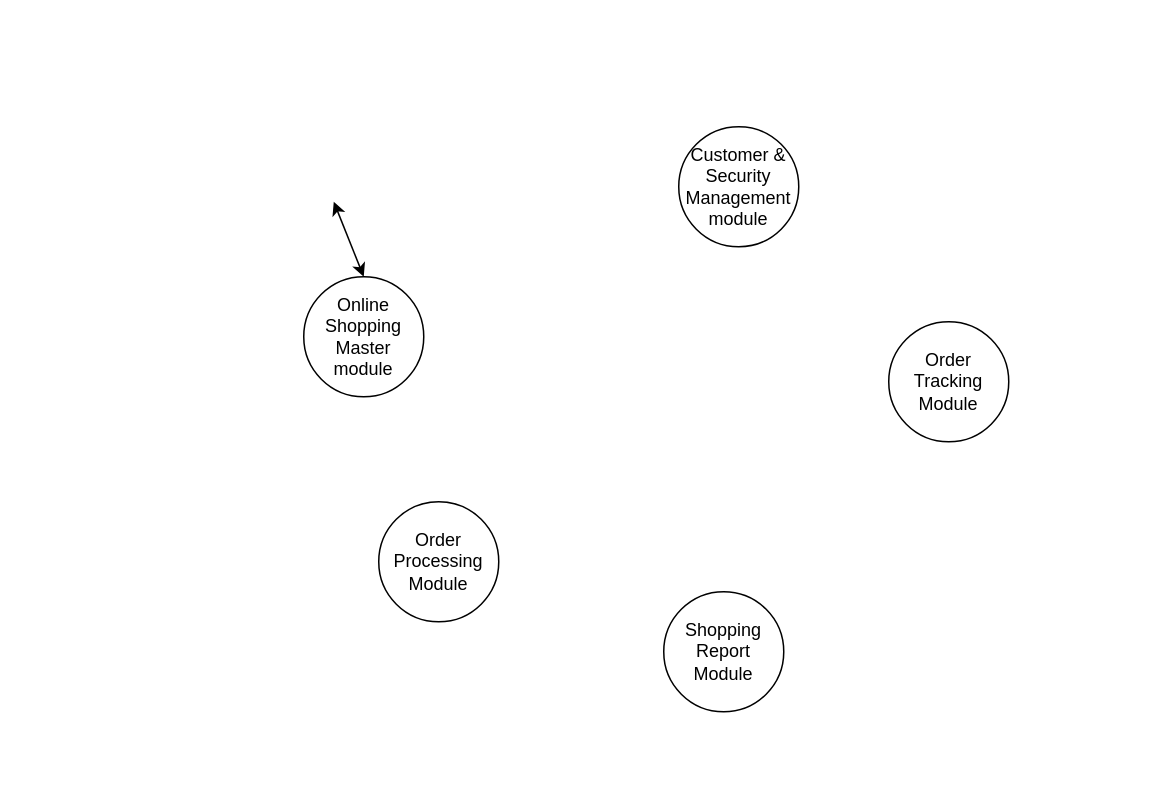
Earlier version of the draw.io diagram Untitled Diagram.drawio (goelshivam26/Your-Portfolio-website). Source tidied: cells renumbered, new cells numbered last; positions are measured from the earlier drawing's top-left corner, leaving out a move shared by most shapes. Both pictures are drawn from the tidied source at 150%, with x=0, y=0 at pixel (303, 126).
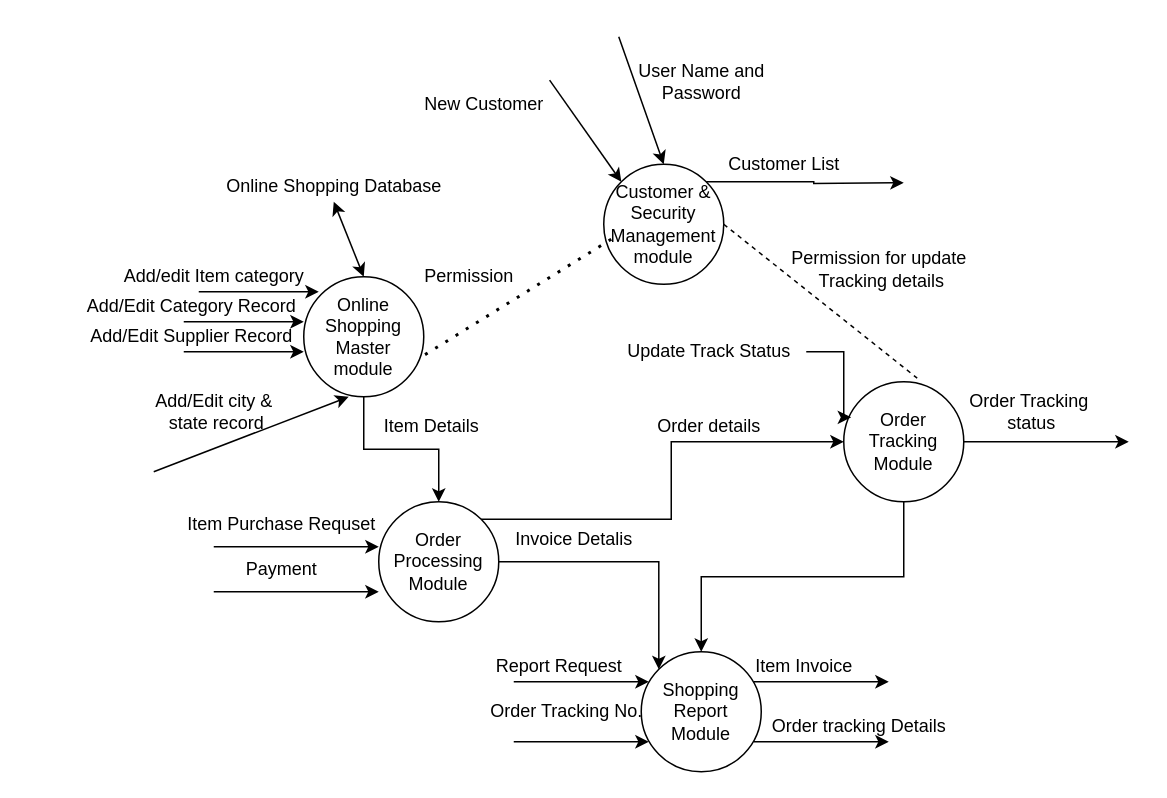
After the change.

The change refers to these unchanged cells:
```xml
<mxCell id="2" value="Online Shopping Master module" style="ellipse;whiteSpace=wrap;html=1;" parent="1" vertex="1">
  <mxGeometry y="100" width="80" height="80" as="geometry" />
</mxCell>
<mxCell id="4" value="Order Processing Module" style="ellipse;whiteSpace=wrap;html=1;" parent="1" vertex="1">
  <mxGeometry x="50" y="250" width="80" height="80" as="geometry" />
</mxCell>
```

Change to the diagram source:
```diff
@@
+    <mxCell id="8" style="edgeStyle=orthogonalEdgeStyle;rounded=0;jettySize=auto;html=1;entryX=0.5;entryY=0;entryDx=0;entryDy=0;" parent="1" edge="1" source="2" target="4">
+      <mxGeometry relative="1" as="geometry" />
+    </mxCell>
@@
+    <mxCell id="9" style="edgeStyle=orthogonalEdgeStyle;rounded=0;jettySize=auto;html=1;exitX=1;exitY=0;exitDx=0;exitDy=0;" parent="1" edge="1" source="3">
+      <mxGeometry relative="1" as="geometry">
+        <mxPoint x="400" y="37.3" as="targetPoint" />
+      </mxGeometry>
+    </mxCell>
     <mxCell id="3" value="Customer &amp;amp; Security Management module" style="ellipse;whiteSpace=wrap;html=1;" parent="1" vertex="1">
-      <mxGeometry x="250" width="80" height="80" as="geometry" />
+      <mxGeometry x="200" y="25" width="80" height="80" as="geometry" />
     </mxCell>
+    <mxCell id="10" style="edgeStyle=orthogonalEdgeStyle;rounded=0;jettySize=auto;html=1;exitX=1;exitY=0.5;exitDx=0;exitDy=0;entryX=0;entryY=0;entryDx=0;entryDy=0;" parent="1" edge="1" source="4" target="5">
+      <mxGeometry relative="1" as="geometry" />
+    </mxCell>
+    <mxCell id="11" style="edgeStyle=orthogonalEdgeStyle;rounded=0;jettySize=auto;html=1;exitX=1;exitY=0;exitDx=0;exitDy=0;" parent="1" edge="1" source="4" target="6">
+      <mxGeometry relative="1" as="geometry" />
+    </mxCell>
@@
     <mxCell id="5" value="Shopping Report Module" style="ellipse;whiteSpace=wrap;html=1;" parent="1" vertex="1">
-      <mxGeometry x="240" y="310" width="80" height="80" as="geometry" />
+      <mxGeometry x="225" y="350" width="80" height="80" as="geometry" />
     </mxCell>
+    <mxCell id="12" style="edgeStyle=orthogonalEdgeStyle;rounded=0;jettySize=auto;html=1;exitX=0.5;exitY=1;exitDx=0;exitDy=0;entryX=0.5;entryY=0;entryDx=0;entryDy=0;" parent="1" edge="1" source="6" target="5">
+      <mxGeometry relative="1" as="geometry" />
+    </mxCell>
+    <mxCell id="13" style="edgeStyle=orthogonalEdgeStyle;rounded=0;jettySize=auto;html=1;" parent="1" edge="1" source="6">
+      <mxGeometry relative="1" as="geometry">
+        <mxPoint x="550" y="210" as="targetPoint" />
+      </mxGeometry>
+    </mxCell>
     <mxCell id="6" value="Order Tracking Module" style="ellipse;whiteSpace=wrap;html=1;" parent="1" vertex="1">
-      <mxGeometry x="390" y="130" width="80" height="80" as="geometry" />
+      <mxGeometry x="360" y="170" width="80" height="80" as="geometry" />
     </mxCell>
@@
+    <mxCell id="14" value="Online Shopping Database" style="text;html=1;align=center;verticalAlign=middle;strokeColor=none;fillColor=none;" parent="1" vertex="1">
+      <mxGeometry x="-65" y="25" width="170" height="30" as="geometry" />
+    </mxCell>
+    <mxCell id="15" style="endArrow=classic;html=1;rounded=0;entryX=0;entryY=0.625;entryDx=0;entryDy=0;entryPerimeter=0;" parent="1" edge="1" target="2">
+      <mxGeometry relative="1" as="geometry">
+        <mxPoint x="-80" y="150" as="sourcePoint" />
+      </mxGeometry>
+    </mxCell>
+    <mxCell id="16" style="endArrow=classic;html=1;rounded=0;entryX=0;entryY=0.625;entryDx=0;entryDy=0;entryPerimeter=0;" parent="1" edge="1">
+      <mxGeometry relative="1" as="geometry">
+        <mxPoint x="-80" y="130" as="sourcePoint" />
+        <mxPoint y="130" as="targetPoint" />
+      </mxGeometry>
+    </mxCell>
+    <mxCell id="17" style="endArrow=classic;html=1;rounded=0;entryX=0;entryY=0.625;entryDx=0;entryDy=0;entryPerimeter=0;" parent="1" edge="1">
+      <mxGeometry relative="1" as="geometry">
+        <mxPoint x="-70" y="110" as="sourcePoint" />
+        <mxPoint x="10" y="110" as="targetPoint" />
+      </mxGeometry>
+    </mxCell>
+    <mxCell id="18" value="Add/edit Item category" style="text;html=1;align=center;verticalAlign=middle;strokeColor=none;fillColor=none;" parent="1" vertex="1">
+      <mxGeometry x="-130" y="85" width="140" height="30" as="geometry" />
+    </mxCell>
+    <mxCell id="19" value="&amp;nbsp; &amp;nbsp; &amp;nbsp; &amp;nbsp; &amp;nbsp;Add/Edit Category Record" style="text;html=1;align=center;verticalAlign=middle;strokeColor=none;fillColor=none;" parent="1" vertex="1">
+      <mxGeometry x="-185" y="105" width="190" height="30" as="geometry" />
+    </mxCell>
+    <mxCell id="20" value="Add/Edit Supplier Record" style="text;html=1;align=center;verticalAlign=middle;strokeColor=none;fillColor=none;" parent="1" vertex="1">
+      <mxGeometry x="-155" y="125" width="160" height="30" as="geometry" />
+    </mxCell>
+    <mxCell id="21" style="endArrow=classic;html=1;rounded=0;" parent="1" edge="1">
+      <mxGeometry relative="1" as="geometry">
+        <mxPoint x="-100" y="230" as="sourcePoint" />
+        <mxPoint x="30" y="180" as="targetPoint" />
+      </mxGeometry>
+    </mxCell>
+    <mxCell id="22" value="Invoice Detalis" style="text;html=1;align=center;verticalAlign=middle;strokeColor=none;fillColor=none;" parent="1" vertex="1">
+      <mxGeometry x="130" y="260" width="100" height="30" as="geometry" />
+    </mxCell>
+    <mxCell id="23" style="endArrow=classic;html=1;rounded=0;" parent="1" edge="1">
+      <mxGeometry relative="1" as="geometry">
+        <mxPoint x="140" y="370" as="sourcePoint" />
+        <mxPoint x="230" y="370" as="targetPoint" />
+      </mxGeometry>
+    </mxCell>
+    <mxCell id="24" style="endArrow=classic;html=1;rounded=0;" parent="1" edge="1">
+      <mxGeometry relative="1" as="geometry">
+        <mxPoint x="140" y="410" as="sourcePoint" />
+        <mxPoint x="230" y="410" as="targetPoint" />
+      </mxGeometry>
+    </mxCell>
+    <mxCell id="25" style="endArrow=classic;html=1;rounded=0;" parent="1" edge="1">
+      <mxGeometry relative="1" as="geometry">
+        <mxPoint x="300" y="370" as="sourcePoint" />
+        <mxPoint x="390" y="370" as="targetPoint" />
+      </mxGeometry>
+    </mxCell>
+    <mxCell id="26" style="endArrow=classic;html=1;rounded=0;" parent="1" edge="1">
+      <mxGeometry relative="1" as="geometry">
+        <mxPoint x="300" y="410" as="sourcePoint" />
+        <mxPoint x="390" y="410" as="targetPoint" />
+      </mxGeometry>
+    </mxCell>
+    <mxCell id="27" value="Report Request" style="text;html=1;align=center;verticalAlign=middle;strokeColor=none;fillColor=none;" parent="1" vertex="1">
+      <mxGeometry x="115" y="345" width="110" height="30" as="geometry" />
+    </mxCell>
+    <mxCell id="28" value="Order Tracking No." style="text;html=1;align=center;verticalAlign=middle;strokeColor=none;fillColor=none;" parent="1" vertex="1">
+      <mxGeometry x="115" y="375" width="120" height="30" as="geometry" />
+    </mxCell>
+    <mxCell id="29" value="Item Invoice&amp;nbsp;" style="text;html=1;align=center;verticalAlign=middle;strokeColor=none;fillColor=none;" parent="1" vertex="1">
+      <mxGeometry x="290" y="345" width="90" height="30" as="geometry" />
+    </mxCell>
+    <mxCell id="30" value="Order tracking Details" style="text;html=1;align=center;verticalAlign=middle;strokeColor=none;fillColor=none;" parent="1" vertex="1">
+      <mxGeometry x="300" y="385" width="140" height="30" as="geometry" />
+    </mxCell>
+    <mxCell id="31" value="Order details" style="text;html=1;align=center;verticalAlign=middle;strokeColor=none;fillColor=none;" parent="1" vertex="1">
+      <mxGeometry x="225" y="185" width="90" height="30" as="geometry" />
+    </mxCell>
+    <mxCell id="32" style="edgeStyle=orthogonalEdgeStyle;rounded=0;jettySize=auto;html=1;entryX=0.062;entryY=0.296;entryDx=0;entryDy=0;entryPerimeter=0;" parent="1" edge="1" source="33" target="6">
+      <mxGeometry relative="1" as="geometry">
+        <Array as="points">
+          <mxPoint x="360" y="150" />
+          <mxPoint x="360" y="194" />
+        </Array>
+      </mxGeometry>
+    </mxCell>
+    <mxCell id="33" value="Update Track Status" style="text;html=1;align=center;verticalAlign=middle;points=[];strokeColor=none;fillColor=none;" parent="1" vertex="1">
+      <mxGeometry x="205" y="135" width="130" height="30" as="geometry" />
+    </mxCell>
+    <mxCell id="34" value="Order Tracking&amp;nbsp; &lt;br&gt;status" style="text;html=1;align=center;verticalAlign=middle;strokeColor=none;fillColor=none;" parent="1" vertex="1">
+      <mxGeometry x="430" y="170" width="110" height="40" as="geometry" />
+    </mxCell>
+    <mxCell id="35" style="endArrow=none;dashed=1;html=1;rounded=0;exitX=1;exitY=0.5;exitDx=0;exitDy=0;entryX=0.612;entryY=-0.03;entryDx=0;entryDy=0;entryPerimeter=0;" parent="1" edge="1" source="3" target="6">
+      <mxGeometry relative="1" as="geometry" />
+    </mxCell>
+    <mxCell id="36" value="Permission for update&amp;nbsp;&lt;br&gt;Tracking details" style="text;html=1;align=center;verticalAlign=middle;strokeColor=none;fillColor=none;" parent="1" vertex="1">
+      <mxGeometry x="315" y="75" width="140" height="40" as="geometry" />
+    </mxCell>
+    <mxCell id="37" style="endArrow=none;dashed=1;html=1;dashPattern=1 3;strokeWidth=2;rounded=0;exitX=1.011;exitY=0.649;exitDx=0;exitDy=0;exitPerimeter=0;" parent="1" edge="1" source="2">
+      <mxGeometry relative="1" as="geometry">
+        <mxPoint x="205" y="75" as="targetPoint" />
+      </mxGeometry>
+    </mxCell>
+    <mxCell id="38" value="Permission" style="text;html=1;align=center;verticalAlign=middle;strokeColor=none;fillColor=none;" parent="1" vertex="1">
+      <mxGeometry x="70" y="85" width="80" height="30" as="geometry" />
+    </mxCell>
+    <mxCell id="39" value="Add/Edit city &amp;amp;&lt;br&gt;&amp;nbsp;state record" style="text;html=1;align=center;verticalAlign=middle;strokeColor=none;fillColor=none;" parent="1" vertex="1">
+      <mxGeometry x="-110" y="170" width="100" height="40" as="geometry" />
+    </mxCell>
+    <mxCell id="40" value="Item Details" style="text;html=1;align=center;verticalAlign=middle;strokeColor=none;fillColor=none;" parent="1" vertex="1">
+      <mxGeometry x="40" y="185" width="90" height="30" as="geometry" />
+    </mxCell>
+    <mxCell id="41" style="endArrow=classic;html=1;rounded=0;" parent="1" edge="1">
+      <mxGeometry relative="1" as="geometry">
+        <mxPoint x="-60" y="280" as="sourcePoint" />
+        <mxPoint x="50" y="280" as="targetPoint" />
+      </mxGeometry>
+    </mxCell>
+    <mxCell id="42" value="Item Purchase Requset" style="text;html=1;align=center;verticalAlign=middle;strokeColor=none;fillColor=none;" parent="1" vertex="1">
+      <mxGeometry x="-90" y="250" width="150" height="30" as="geometry" />
+    </mxCell>
+    <mxCell id="43" style="endArrow=classic;html=1;rounded=0;" parent="1" edge="1">
+      <mxGeometry relative="1" as="geometry">
+        <mxPoint x="-60" y="310" as="sourcePoint" />
+        <mxPoint x="50" y="310" as="targetPoint" />
+      </mxGeometry>
+    </mxCell>
+    <mxCell id="44" value="Payment" style="text;html=1;align=center;verticalAlign=middle;strokeColor=none;fillColor=none;" parent="1" vertex="1">
+      <mxGeometry x="-50" y="280" width="70" height="30" as="geometry" />
+    </mxCell>
+    <mxCell id="45" value="Customer List" style="text;html=1;align=center;verticalAlign=middle;strokeColor=none;fillColor=none;" parent="1" vertex="1">
+      <mxGeometry x="270" y="10" width="100" height="30" as="geometry" />
+    </mxCell>
+    <mxCell id="46" style="endArrow=classic;html=1;rounded=0;entryX=0;entryY=0;entryDx=0;entryDy=0;exitX=0.939;exitY=-0.037;exitDx=0;exitDy=0;exitPerimeter=0;" parent="1" edge="1" source="47" target="3">
+      <mxGeometry relative="1" as="geometry" />
+    </mxCell>
+    <mxCell id="47" value="New Customer" style="text;html=1;align=center;verticalAlign=middle;points=[];strokeColor=none;fillColor=none;" parent="1" vertex="1">
+      <mxGeometry x="70" y="-30" width="100" height="30" as="geometry" />
+    </mxCell>
+    <mxCell id="48" style="endArrow=classic;html=1;rounded=0;entryX=0.5;entryY=0;entryDx=0;entryDy=0;" parent="1" edge="1" target="3">
+      <mxGeometry relative="1" as="geometry">
+        <mxPoint x="210" y="-60" as="sourcePoint" />
+      </mxGeometry>
+    </mxCell>
+    <mxCell id="49" value="User Name and&lt;br&gt;Password" style="text;html=1;align=center;verticalAlign=middle;strokeColor=none;fillColor=none;" parent="1" vertex="1">
+      <mxGeometry x="210" y="-50" width="110" height="40" as="geometry" />
+    </mxCell>
```
